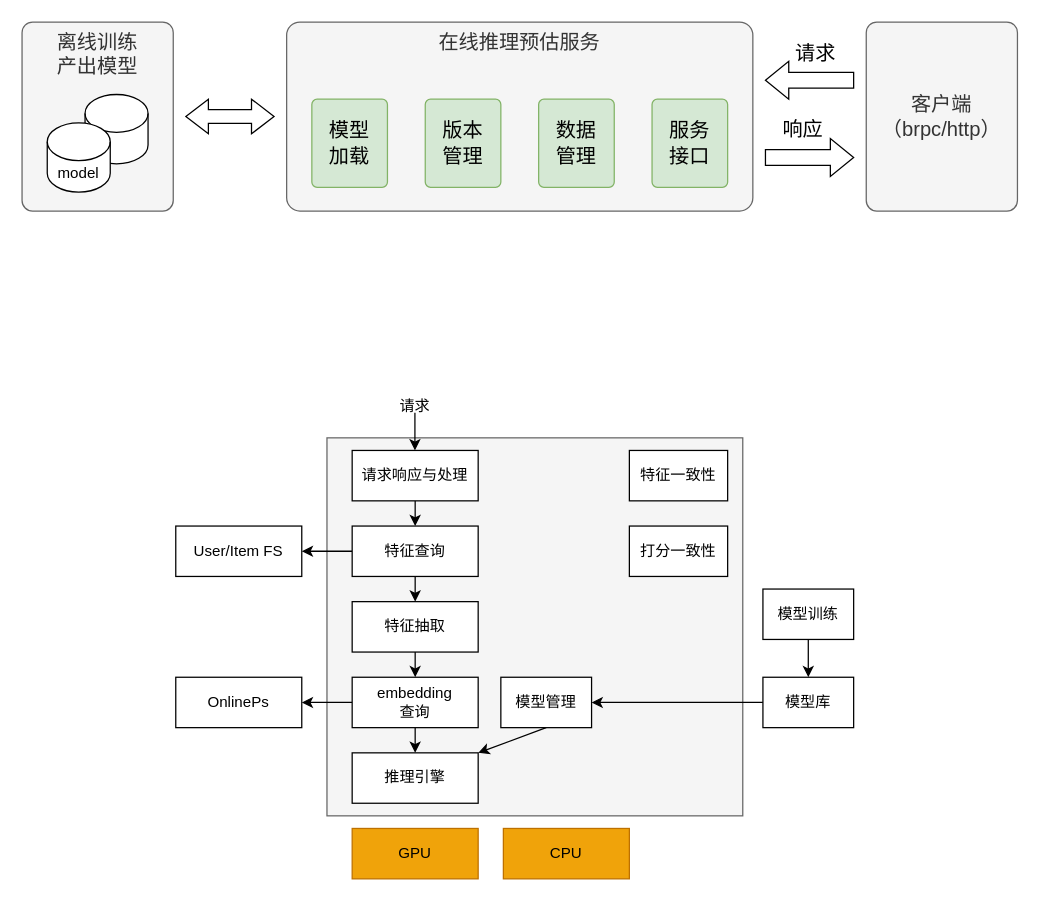
yantao006/draw_io keeps this draw.io diagram as page "第 4 页" (3 of 3) of 推荐系统整体架构.drawio. Above is the earlier version. Source tidied: cells renumbered, new cells numbered last; positions are measured from the earlier drawing's top-left corner, leaving out a move shared by most shapes. Both pictures are drawn from the tidied source at 126%, with x=0, y=0 at pixel (21, 21).
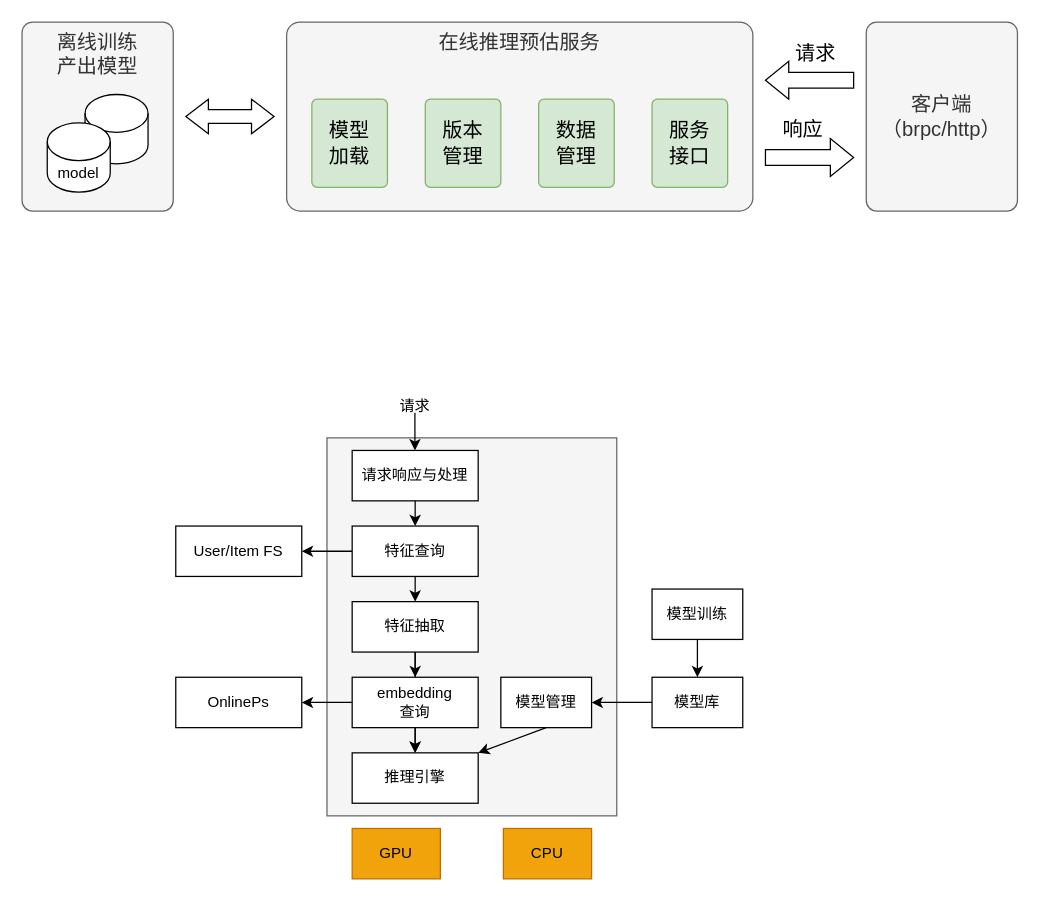
The same page after the edit.

Unchanged cells that the change refers to:
```xml
<mxCell id="23" value="特征抽取" style="rounded=0;whiteSpace=wrap;html=1;" parent="1" vertex="1">
  <mxGeometry x="262" y="460" width="100" height="40" as="geometry" />
</mxCell>
<mxCell id="27" value="推理引擎" style="rounded=0;whiteSpace=wrap;html=1;" parent="1" vertex="1">
  <mxGeometry x="262" y="580" width="100" height="40" as="geometry" />
</mxCell>
```

Diff of the diagram source:
```diff
@@
     <mxCell id="2" style="rounded=0;whiteSpace=wrap;html=1;fillColor=#f5f5f5;fontColor=#333333;strokeColor=#666666;" parent="1" vertex="1">
-      <mxGeometry x="242" y="330" width="330" height="300" as="geometry" />
+      <mxGeometry x="242" y="330" width="230" height="300" as="geometry" />
     </mxCell>
@@
+    <mxCell id="42" style="edgeStyle=orthogonalEdgeStyle;rounded=0;jettySize=auto;html=1;" parent="1" edge="1" source="23" target="27">
+      <mxGeometry relative="1" as="geometry" />
+    </mxCell>
@@
     <mxCell id="31" value="模型训练" style="rounded=0;whiteSpace=wrap;html=1;" parent="1" vertex="1">
-      <mxGeometry x="588" y="450" width="72" height="40" as="geometry" />
+      <mxGeometry x="500" y="450" width="72" height="40" as="geometry" />
     </mxCell>
@@
     <mxCell id="33" value="模型库" style="rounded=0;whiteSpace=wrap;html=1;" parent="1" vertex="1">
-      <mxGeometry x="588" y="520" width="72" height="40" as="geometry" />
+      <mxGeometry x="500" y="520" width="72" height="40" as="geometry" />
     </mxCell>
     <mxCell id="34" value="GPU" style="rounded=0;whiteSpace=wrap;html=1;fillColor=#f0a30a;fontColor=#000000;strokeColor=#BD7000;" parent="1" vertex="1">
-      <mxGeometry x="262" y="640" width="100" height="40" as="geometry" />
+      <mxGeometry x="262" y="640" width="70" height="40" as="geometry" />
     </mxCell>
     <mxCell id="35" value="CPU" style="rounded=0;whiteSpace=wrap;html=1;fillColor=#f0a30a;fontColor=#000000;strokeColor=#BD7000;" parent="1" vertex="1">
-      <mxGeometry x="382" y="640" width="100" height="40" as="geometry" />
+      <mxGeometry x="382" y="640" width="70" height="40" as="geometry" />
     </mxCell>
@@
-    <mxCell id="38" value="特征一致性" style="rounded=0;whiteSpace=wrap;html=1;" parent="1" vertex="1">
-      <mxGeometry x="482" y="340" width="78" height="40" as="geometry" />
-    </mxCell>
-    <mxCell id="39" value="打分一致性" style="rounded=0;whiteSpace=wrap;html=1;" parent="1" vertex="1">
-      <mxGeometry x="482" y="400" width="78" height="40" as="geometry" />
-    </mxCell>
```
